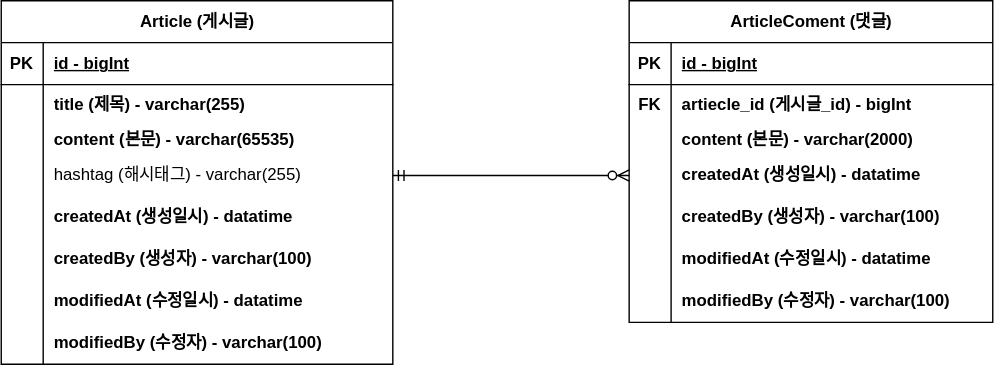
Above: project-board-erd.svg in YouDongH/fastcampus-project-board (draw.io), before the change. Source tidied: cells renumbered, new cells last; positions are measured from the earlier drawing's top-left corner, leaving out a move shared by most shapes.
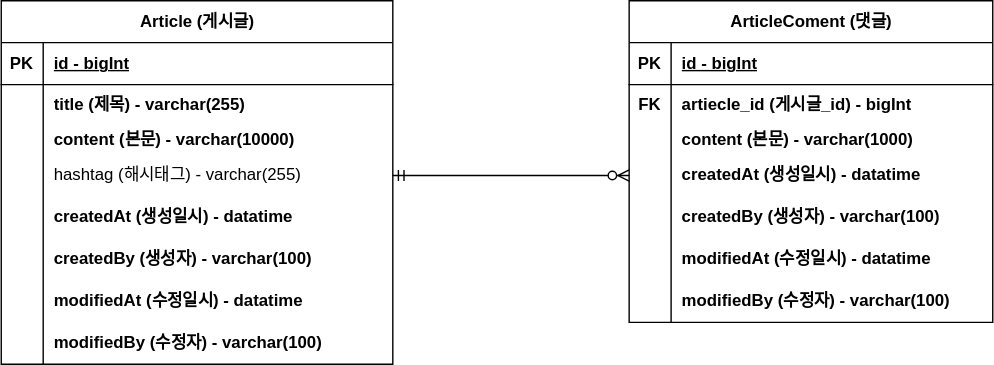
After the change.

Commit message:
#10 - ERD업데이트 : content사이즈 변경

What changed in the source:
```diff
@@ -29,7 +29,7 @@
     <mxCell id="10" style="shape=partialRectangle;fillColor=none;top=0;left=0;bottom=0;right=0;overflow=hidden;whiteSpace=wrap;html=1;" parent="9" vertex="1">
       <mxGeometry width="30" height="20" as="geometry" />
     </mxCell>
-    <mxCell id="11" value="content (본문)&amp;nbsp;- varchar(65535)" style="shape=partialRectangle;fillColor=none;top=0;left=0;bottom=0;right=0;align=left;spacingLeft=6;overflow=hidden;whiteSpace=wrap;html=1;fontStyle=1;" parent="9" vertex="1">
+    <mxCell id="11" value="content (본문)&amp;nbsp;- varchar(10000)" style="shape=partialRectangle;fillColor=none;top=0;left=0;bottom=0;right=0;align=left;spacingLeft=6;overflow=hidden;whiteSpace=wrap;html=1;fontStyle=1;" parent="9" vertex="1">
       <mxGeometry x="30" width="250" height="20" as="geometry" />
     </mxCell>
     <mxCell id="12" style="shape=tableRow;horizontal=0;startSize=0;swimlaneHead=0;swimlaneBody=0;fillColor=none;points=[[0,0.5],[1,0.5]];portConstraint=eastwest;top=0;left=0;right=0;bottom=0;" parent="2" vertex="1">
@@ -104,7 +104,7 @@
     <mxCell id="35" style="shape=partialRectangle;fillColor=none;top=0;left=0;bottom=0;right=0;overflow=hidden;whiteSpace=wrap;html=1;" parent="34" vertex="1">
       <mxGeometry width="30" height="20" as="geometry" />
     </mxCell>
-    <mxCell id="36" value="content (본문)&amp;nbsp;- varchar(2000)" style="shape=partialRectangle;fillColor=none;top=0;left=0;bottom=0;right=0;align=left;spacingLeft=6;overflow=hidden;whiteSpace=wrap;html=1;fontStyle=1;" parent="34" vertex="1">
+    <mxCell id="36" value="content (본문)&amp;nbsp;- varchar(1000)" style="shape=partialRectangle;fillColor=none;top=0;left=0;bottom=0;right=0;align=left;spacingLeft=6;overflow=hidden;whiteSpace=wrap;html=1;fontStyle=1;" parent="34" vertex="1">
       <mxGeometry x="30" width="230" height="20" as="geometry" />
     </mxCell>
     <mxCell id="37" style="shape=tableRow;horizontal=0;startSize=0;swimlaneHead=0;swimlaneBody=0;fillColor=none;points=[[0,0.5],[1,0.5]];portConstraint=eastwest;top=0;left=0;right=0;bottom=0;" parent="27" vertex="1">
```
